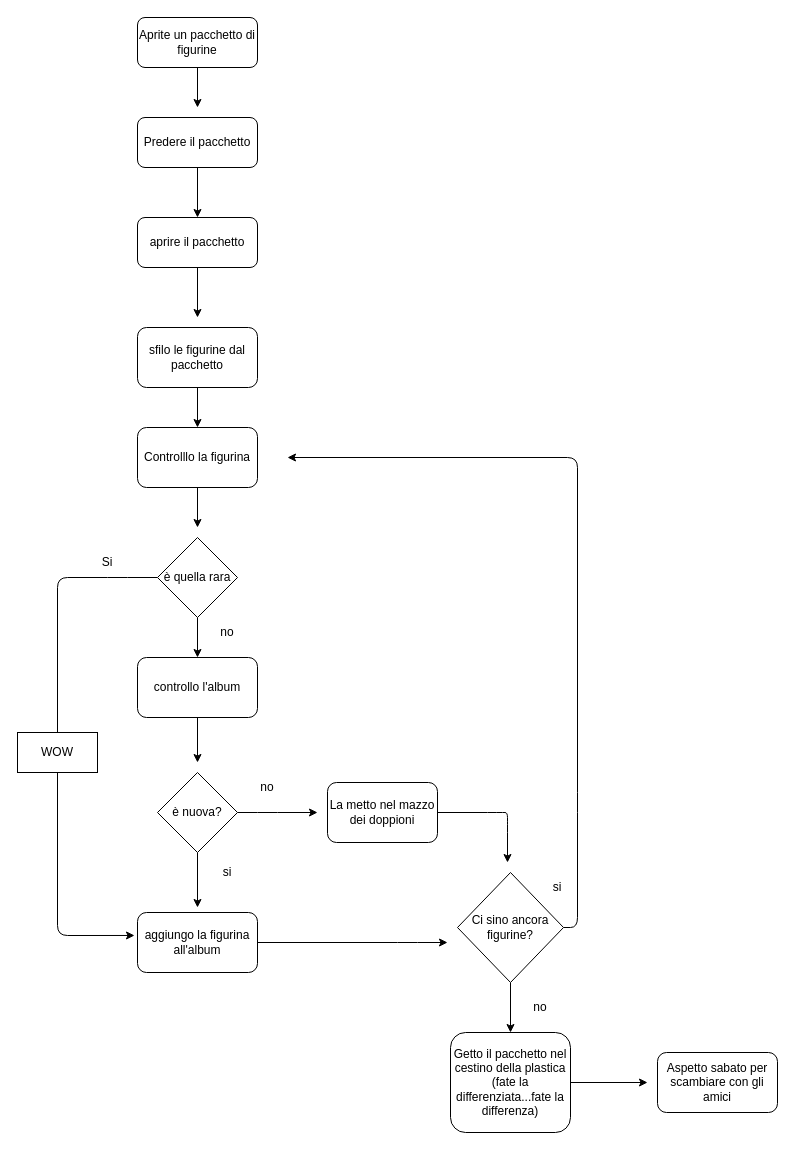
Above: human-code.drawio in Daedry/human-code (draw.io), before the change. Source tidied: cells renumbered, new cells numbered last; positions are measured from the earlier drawing's top-left corner, leaving out a move shared by most shapes. Both pictures are drawn from the tidied source at 100%, with x=0, y=0 at pixel (17, 17).
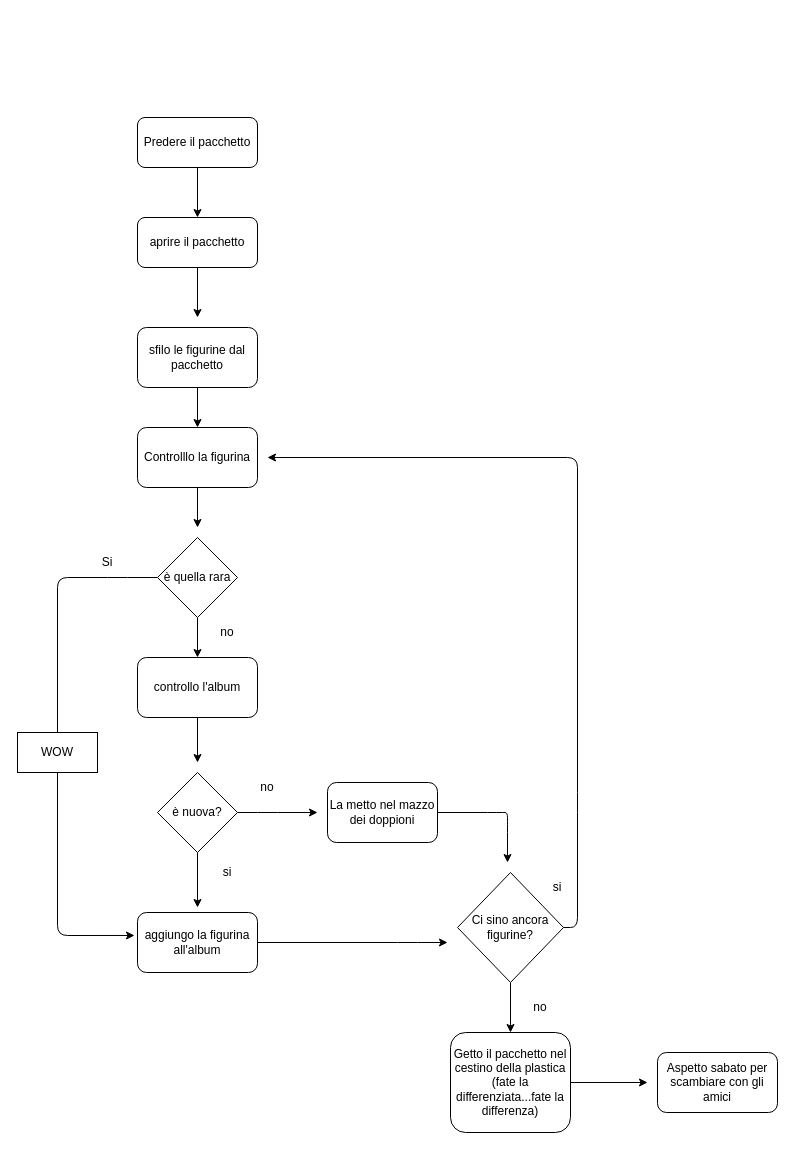
After the change.

The change refers to these unchanged cells:
```xml
<mxCell id="25" value="Ci sino ancora figurine?" style="rhombus;whiteSpace=wrap;html=1;" parent="1" vertex="1">
  <mxGeometry x="440" y="855" width="106" height="110" as="geometry" />
</mxCell>
```

Diff of the diagram source:
```diff
@@
-    <mxCell id="2" style="edgeStyle=none;html=1;" parent="1" edge="1" source="3">
-      <mxGeometry relative="1" as="geometry">
-        <mxPoint x="180" y="90" as="targetPoint" />
-      </mxGeometry>
-    </mxCell>
-    <mxCell id="3" value="Aprite un pacchetto di figurine" style="rounded=1;whiteSpace=wrap;html=1;" parent="1" vertex="1">
-      <mxGeometry x="120" width="120" height="50" as="geometry" />
-    </mxCell>
@@
     <mxCell id="23" style="edgeStyle=none;html=1;exitX=1;exitY=0.5;exitDx=0;exitDy=0;" parent="1" edge="1" source="25">
       <mxGeometry relative="1" as="geometry">
-        <mxPoint x="270" y="440" as="targetPoint" />
+        <mxPoint x="250" y="440" as="targetPoint" />
         <Array as="points">
           <mxPoint x="560" y="910" />
           <mxPoint x="560" y="785" />
           <mxPoint x="560" y="440" />
         </Array>
       </mxGeometry>
     </mxCell>
```
